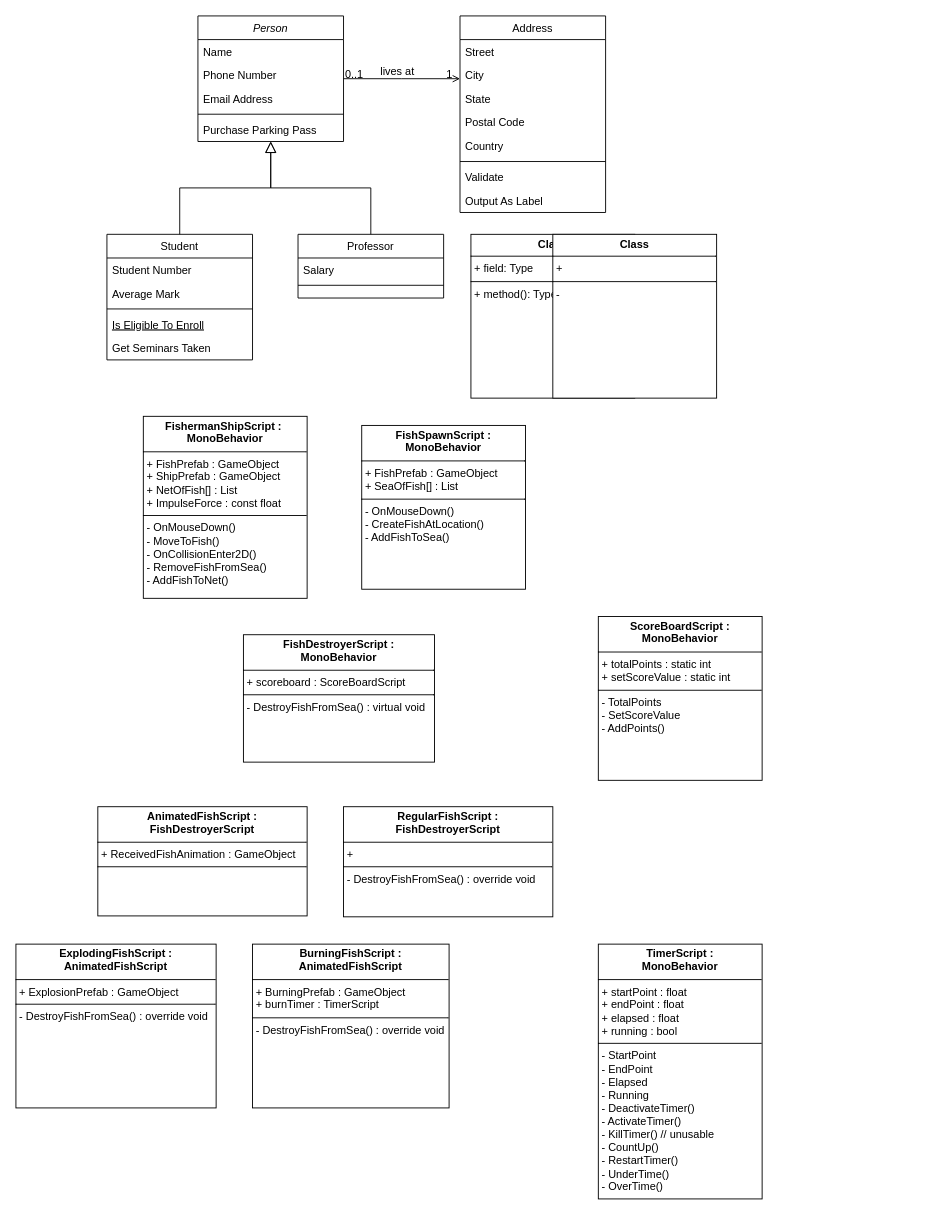
Above: page "Page-1" (1 of 2) of FishCollectorDiagram.drawio in ayamonta/Diagrams (draw.io), before the change. Source tidied: cells renumbered, new cells numbered last; positions are measured from the earlier drawing's top-left corner, leaving out a move shared by most shapes. Both pictures are drawn from the tidied source at 91%, with x=0, y=0 at pixel (15, 15).
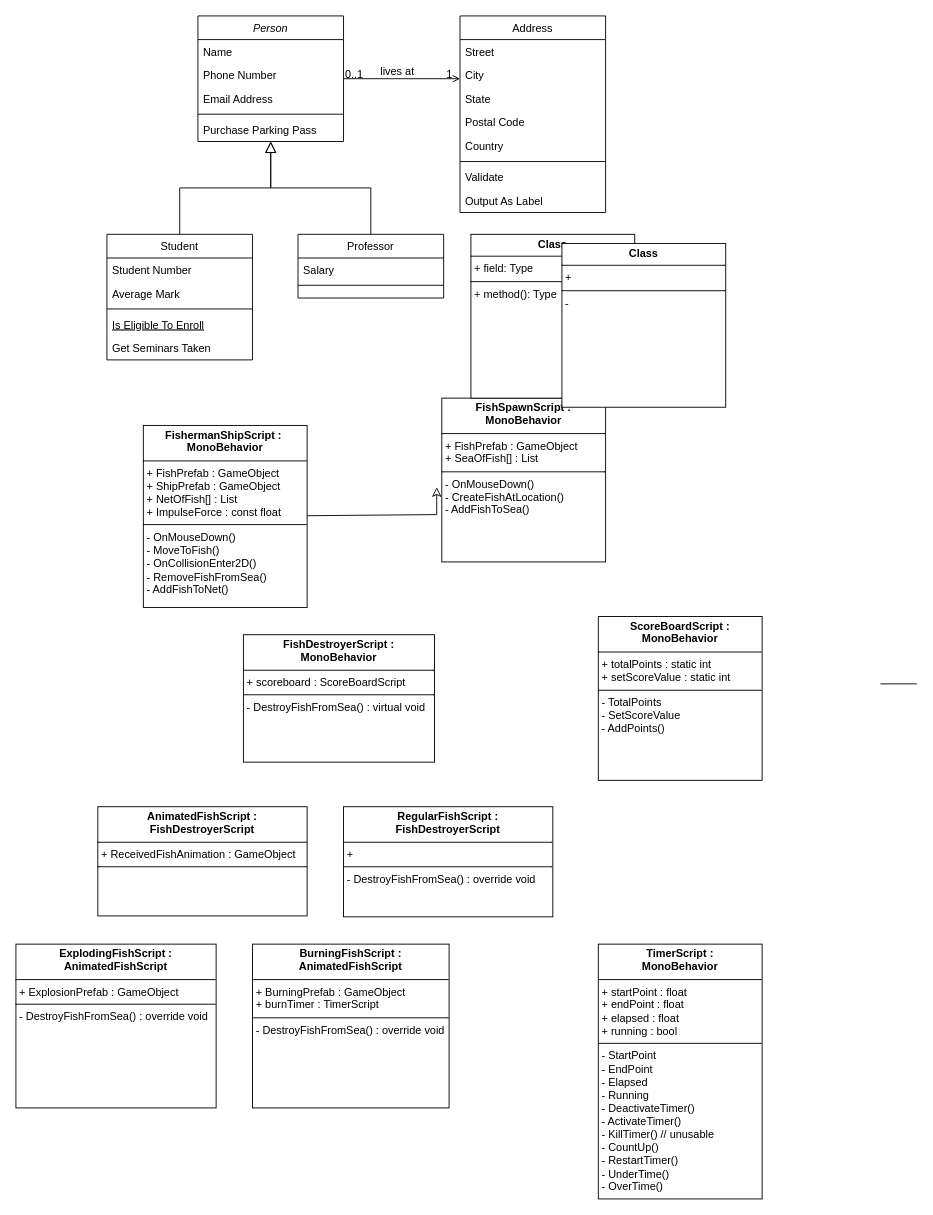
The same page after the edit.

Commit message:
set arrow connector defaults in FishCollectorDiagram.drawio

What changed in the source:
```diff
@@
-    <mxCell id="32" value="&lt;p style=&quot;margin:0px;margin-top:4px;text-align:center;&quot;&gt;&lt;b&gt;FishermanShipScript :&amp;nbsp;&lt;br&gt;&lt;/b&gt;&lt;b style=&quot;background-color: initial;&quot;&gt;MonoBehavior&lt;/b&gt;&lt;/p&gt;&lt;hr size=&quot;1&quot; style=&quot;border-style:solid;&quot;&gt;&lt;p style=&quot;margin:0px;margin-left:4px;&quot;&gt;&lt;span style=&quot;background-color: initial;&quot;&gt;+ FishPrefab : GameObject&lt;/span&gt;&lt;/p&gt;&lt;p style=&quot;margin:0px;margin-left:4px;&quot;&gt;&lt;span style=&quot;background-color: initial;&quot;&gt;+ ShipPrefab : GameObject&lt;/span&gt;&lt;/p&gt;&lt;p style=&quot;margin:0px;margin-left:4px;&quot;&gt;+ NetOfFish[] : List&lt;/p&gt;&lt;p style=&quot;margin:0px;margin-left:4px;&quot;&gt;+ ImpulseForce : const float&lt;/p&gt;&lt;hr size=&quot;1&quot; style=&quot;border-style:solid;&quot;&gt;&lt;p style=&quot;margin:0px;margin-left:4px;&quot;&gt;&lt;span style=&quot;background-color: initial;&quot;&gt;- OnMouseDown()&lt;/span&gt;&lt;/p&gt;&lt;p style=&quot;margin:0px;margin-left:4px;&quot;&gt;- MoveToFish()&lt;/p&gt;&lt;p style=&quot;margin:0px;margin-left:4px;&quot;&gt;- OnCollisionEnter2D()&amp;nbsp;&lt;/p&gt;&lt;p style=&quot;margin:0px;margin-left:4px;&quot;&gt;- RemoveFishFromSea()&lt;/p&gt;&lt;p style=&quot;margin:0px;margin-left:4px;&quot;&gt;- AddFishToNet()&lt;/p&gt;" style="verticalAlign=top;align=left;overflow=fill;html=1;whiteSpace=wrap;" parent="1" vertex="1">
-      <mxGeometry x="140" y="440" width="180" height="200" as="geometry" />
+    <mxCell id="32" value="&lt;p style=&quot;margin:0px;margin-top:4px;text-align:center;&quot;&gt;&lt;b&gt;FishermanShipScript :&amp;nbsp;&lt;br&gt;&lt;/b&gt;&lt;b style=&quot;background-color: initial;&quot;&gt;MonoBehavior&lt;/b&gt;&lt;/p&gt;&lt;hr size=&quot;1&quot; style=&quot;border-style:solid;&quot;&gt;&lt;p style=&quot;margin:0px;margin-left:4px;&quot;&gt;&lt;span style=&quot;background-color: initial;&quot;&gt;+ FishPrefab : GameObject&lt;/span&gt;&lt;/p&gt;&lt;p style=&quot;margin:0px;margin-left:4px;&quot;&gt;&lt;span style=&quot;background-color: initial;&quot;&gt;+ ShipPrefab : GameObject&lt;/span&gt;&lt;/p&gt;&lt;p style=&quot;margin:0px;margin-left:4px;&quot;&gt;+ NetOfFish[] : List&lt;/p&gt;&lt;p style=&quot;margin:0px;margin-left:4px;&quot;&gt;+ ImpulseForce : const float&lt;/p&gt;&lt;hr size=&quot;1&quot; style=&quot;border-style:solid;&quot;&gt;&lt;p style=&quot;margin:0px;margin-left:4px;&quot;&gt;&lt;span style=&quot;background-color: initial;&quot;&gt;- OnMouseDown()&lt;/span&gt;&lt;/p&gt;&lt;p style=&quot;margin:0px;margin-left:4px;&quot;&gt;- MoveToFish()&lt;/p&gt;&lt;p style=&quot;margin:0px;margin-left:4px;&quot;&gt;- OnCollisionEnter2D()&amp;nbsp;&lt;/p&gt;&lt;p style=&quot;margin:0px;margin-left:4px;&quot;&gt;- RemoveFishFromSea()&lt;/p&gt;&lt;p style=&quot;margin:0px;margin-left:4px;&quot;&gt;- AddFishToNet()&lt;/p&gt;" style="verticalAlign=top;align=left;overflow=fill;html=1;whiteSpace=wrap;strokeColor=default;" parent="1" vertex="1">
+      <mxGeometry x="140" y="450" width="180" height="200" as="geometry" />
     </mxCell>
-    <mxCell id="33" value="&lt;p style=&quot;margin:0px;margin-top:4px;text-align:center;&quot;&gt;&lt;b&gt;FishSpawnScript :&lt;br&gt;MonoBehavior&lt;/b&gt;&lt;/p&gt;&lt;hr size=&quot;1&quot; style=&quot;border-style:solid;&quot;&gt;&lt;p style=&quot;margin:0px;margin-left:4px;&quot;&gt;&lt;span style=&quot;background-color: initial;&quot;&gt;+ FishPrefab : GameObject&lt;/span&gt;&lt;/p&gt;&lt;p style=&quot;margin:0px;margin-left:4px;&quot;&gt;+ SeaOfFish[] : List&lt;/p&gt;&lt;hr size=&quot;1&quot; style=&quot;border-style:solid;&quot;&gt;&lt;p style=&quot;margin:0px;margin-left:4px;&quot;&gt;&lt;span style=&quot;background-color: initial;&quot;&gt;- OnMouseDown()&lt;/span&gt;&lt;/p&gt;&lt;p style=&quot;margin:0px;margin-left:4px;&quot;&gt;- CreateFishAtLocation()&lt;/p&gt;&lt;p style=&quot;margin:0px;margin-left:4px;&quot;&gt;- AddFishToSea()&lt;/p&gt;" style="verticalAlign=top;align=left;overflow=fill;html=1;whiteSpace=wrap;" parent="1" vertex="1">
-      <mxGeometry x="380" y="450" width="180" height="180" as="geometry" />
+    <mxCell id="33" value="&lt;p style=&quot;margin:0px;margin-top:4px;text-align:center;&quot;&gt;&lt;b&gt;FishSpawnScript :&lt;br&gt;MonoBehavior&lt;/b&gt;&lt;/p&gt;&lt;hr size=&quot;1&quot; style=&quot;border-style:solid;&quot;&gt;&lt;p style=&quot;margin:0px;margin-left:4px;&quot;&gt;&lt;span style=&quot;background-color: initial;&quot;&gt;+ FishPrefab : GameObject&lt;/span&gt;&lt;/p&gt;&lt;p style=&quot;margin:0px;margin-left:4px;&quot;&gt;+ SeaOfFish[] : List&lt;/p&gt;&lt;hr size=&quot;1&quot; style=&quot;border-style:solid;&quot;&gt;&lt;p style=&quot;margin:0px;margin-left:4px;&quot;&gt;&lt;span style=&quot;background-color: initial;&quot;&gt;- OnMouseDown()&lt;/span&gt;&lt;/p&gt;&lt;p style=&quot;margin:0px;margin-left:4px;&quot;&gt;- CreateFishAtLocation()&lt;/p&gt;&lt;p style=&quot;margin:0px;margin-left:4px;&quot;&gt;- AddFishToSea()&lt;/p&gt;" style="verticalAlign=top;align=left;overflow=fill;html=1;whiteSpace=wrap;imageAspect=1;" parent="1" vertex="1">
+      <mxGeometry x="468" y="420" width="180" height="180" as="geometry" />
     </mxCell>
@@
-    <mxCell id="39" value="&lt;p style=&quot;margin:0px;margin-top:4px;text-align:center;&quot;&gt;&lt;b&gt;Class&lt;/b&gt;&lt;/p&gt;&lt;hr size=&quot;1&quot; style=&quot;border-style:solid;&quot;&gt;&lt;p style=&quot;margin:0px;margin-left:4px;&quot;&gt;+&amp;nbsp;&lt;/p&gt;&lt;hr size=&quot;1&quot; style=&quot;border-style:solid;&quot;&gt;&lt;p style=&quot;margin:0px;margin-left:4px;&quot;&gt;-&amp;nbsp;&lt;/p&gt;" style="verticalAlign=top;align=left;overflow=fill;html=1;whiteSpace=wrap;" parent="1" vertex="1">
-      <mxGeometry x="590" y="240" width="180" height="180" as="geometry" />
-    </mxCell>
@@
+    <mxCell id="44" style="line;strokeWidth=1;fillColor=none;align=left;verticalAlign=middle;spacingTop=-1;spacingLeft=3;spacingRight=3;labelPosition=right;strokeColor=inherit;" parent="1" vertex="1">
+      <mxGeometry x="950" y="730" width="40" height="8" as="geometry" />
+    </mxCell>
+    <mxCell id="39" value="&lt;p style=&quot;margin:0px;margin-top:4px;text-align:center;&quot;&gt;&lt;b&gt;Class&lt;/b&gt;&lt;/p&gt;&lt;hr size=&quot;1&quot; style=&quot;border-style:solid;&quot;&gt;&lt;p style=&quot;margin:0px;margin-left:4px;&quot;&gt;+&amp;nbsp;&lt;/p&gt;&lt;hr size=&quot;1&quot; style=&quot;border-style:solid;&quot;&gt;&lt;p style=&quot;margin:0px;margin-left:4px;&quot;&gt;-&amp;nbsp;&lt;/p&gt;" style="verticalAlign=top;align=left;overflow=fill;html=1;whiteSpace=wrap;" parent="1" vertex="1">
+      <mxGeometry x="600" y="250" width="180" height="180" as="geometry" />
+    </mxCell>
+    <mxCell id="45" style="edgeStyle=elbowEdgeStyle;rounded=0;jettySize=auto;elbow=vertical;html=1;entryX=-0.031;entryY=0.544;entryDx=0;entryDy=0;entryPerimeter=0;strokeColor=default;align=center;verticalAlign=middle;fontFamily=Helvetica;fontSize=12;fontColor=default;labelBackgroundColor=default;startSize=8;endArrow=classic;endSize=8;endFill=0;startFill=0;anchorPointDirection=0;orthogonal=0;" parent="1" edge="1" source="32" target="33">
+      <mxGeometry relative="1" as="geometry">
+        <Array as="points">
+          <mxPoint x="410" y="548" />
+        </Array>
+      </mxGeometry>
+    </mxCell>
```
